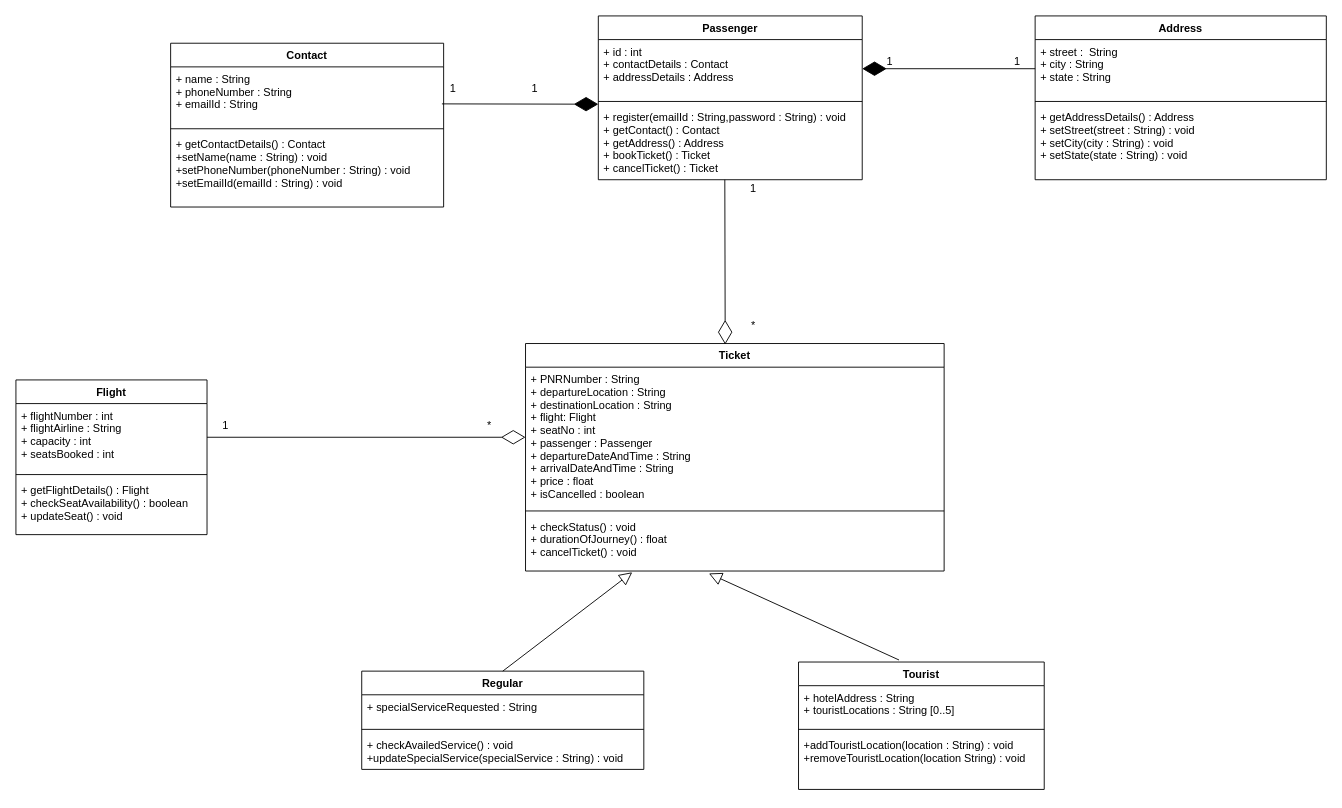
sanath-git/Flight-Management-System keeps this draw.io diagram as Flight Reservation System.drawio. Above is the earlier version. Source tidied: cells renumbered, new cells numbered last; positions are measured from the earlier drawing's top-left corner, leaving out a move shared by most shapes. Both pictures are drawn from the tidied source at 91%, with x=0, y=0 at pixel (15, 15).
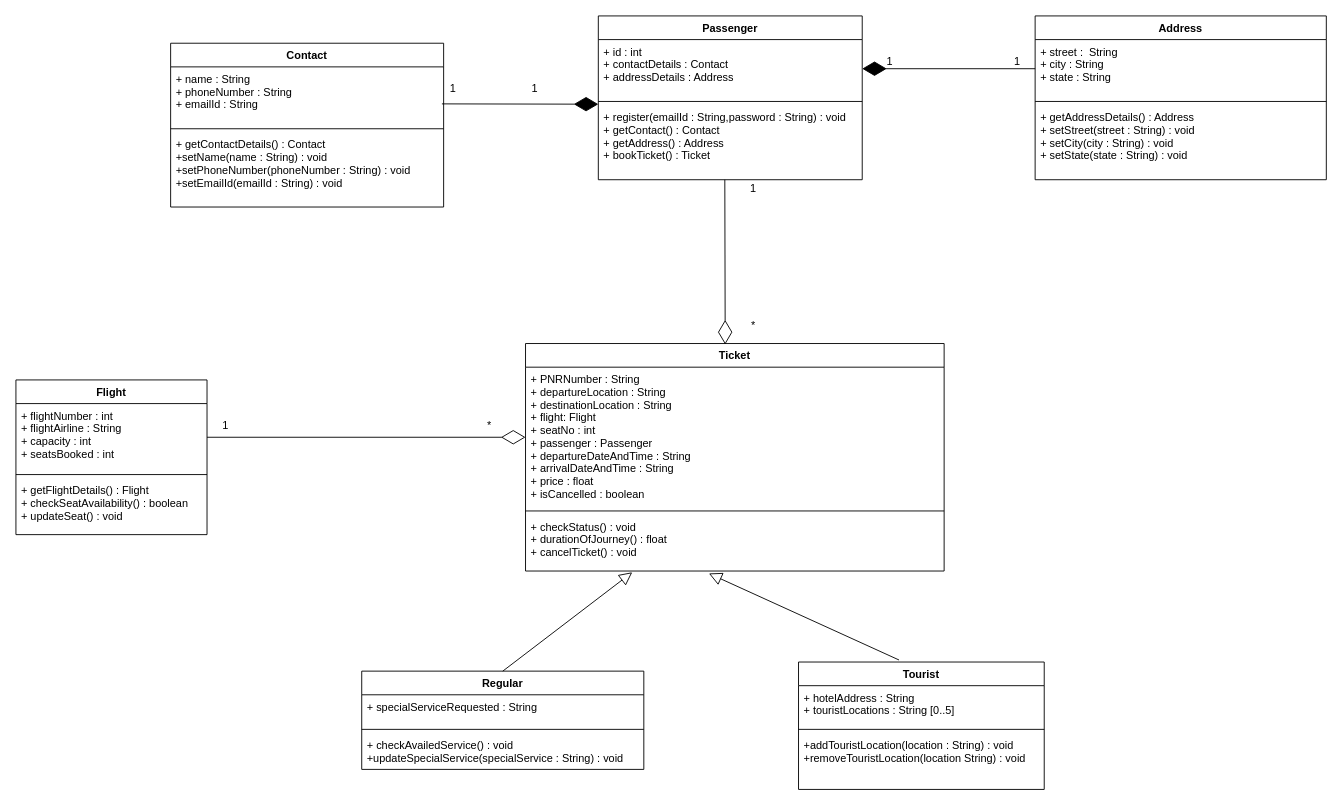
After the change.

Unchanged cells that the change refers to:
```xml
<mxCell id="2" value="Passenger" style="swimlane;fontStyle=1;align=center;verticalAlign=top;horizontal=1;startSize=26;" parent="1" vertex="1">
  <mxGeometry x="640" width="290" height="180" as="geometry" />
</mxCell>
```

The edit, as a diff of the source:
```diff
@@
-    <mxCell id="5" value="+ register(emailId : String,password : String) : void&#10;+ getContact() : Contact&#10;+ getAddress() : Address&#10;+ bookTicket() : Ticket&#10;+ cancelTicket() : Ticket&#10;" style="text;strokeColor=none;fillColor=none;align=left;verticalAlign=top;spacingLeft=4;spacingRight=4;overflow=hidden;" parent="2" vertex="1">
+    <mxCell id="5" value="+ register(emailId : String,password : String) : void&#10;+ getContact() : Contact&#10;+ getAddress() : Address&#10;+ bookTicket() : Ticket" style="text;strokeColor=none;fillColor=none;align=left;verticalAlign=top;spacingLeft=4;spacingRight=4;overflow=hidden;" parent="2" vertex="1">
       <mxGeometry y="98" width="290" height="82" as="geometry" />
     </mxCell>
```
